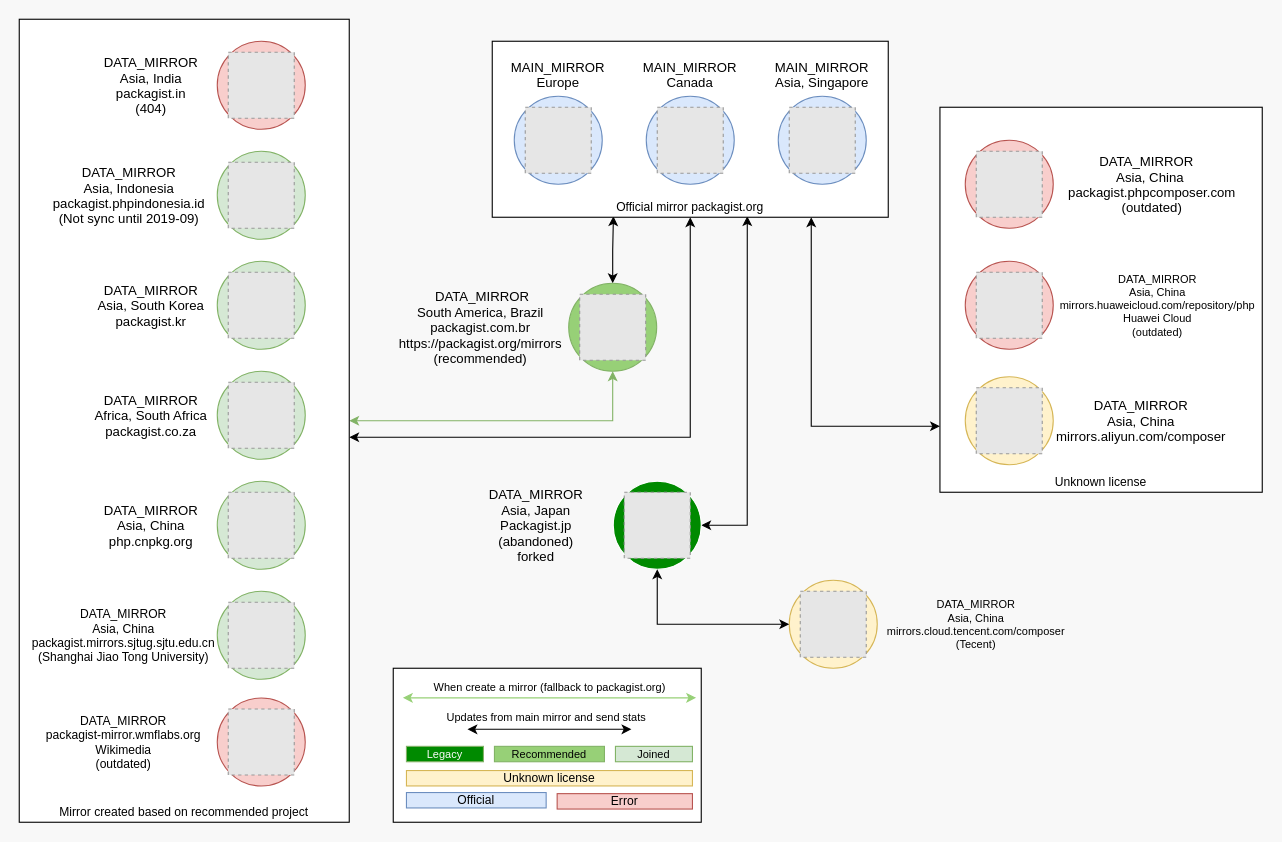
This is resources/public/network.drawio from webysther/packagist-mirror, a draw.io file, before an edit. Source tidied: cells renumbered, new cells numbered last; positions are measured from the earlier drawing's top-left corner, leaving out a move shared by most shapes. Both pictures are drawn from the tidied source at 110%, with x=0, y=0 at pixel (19, 19). Pictures stored in the file or linked from it are replaced by grey dashed boxes.
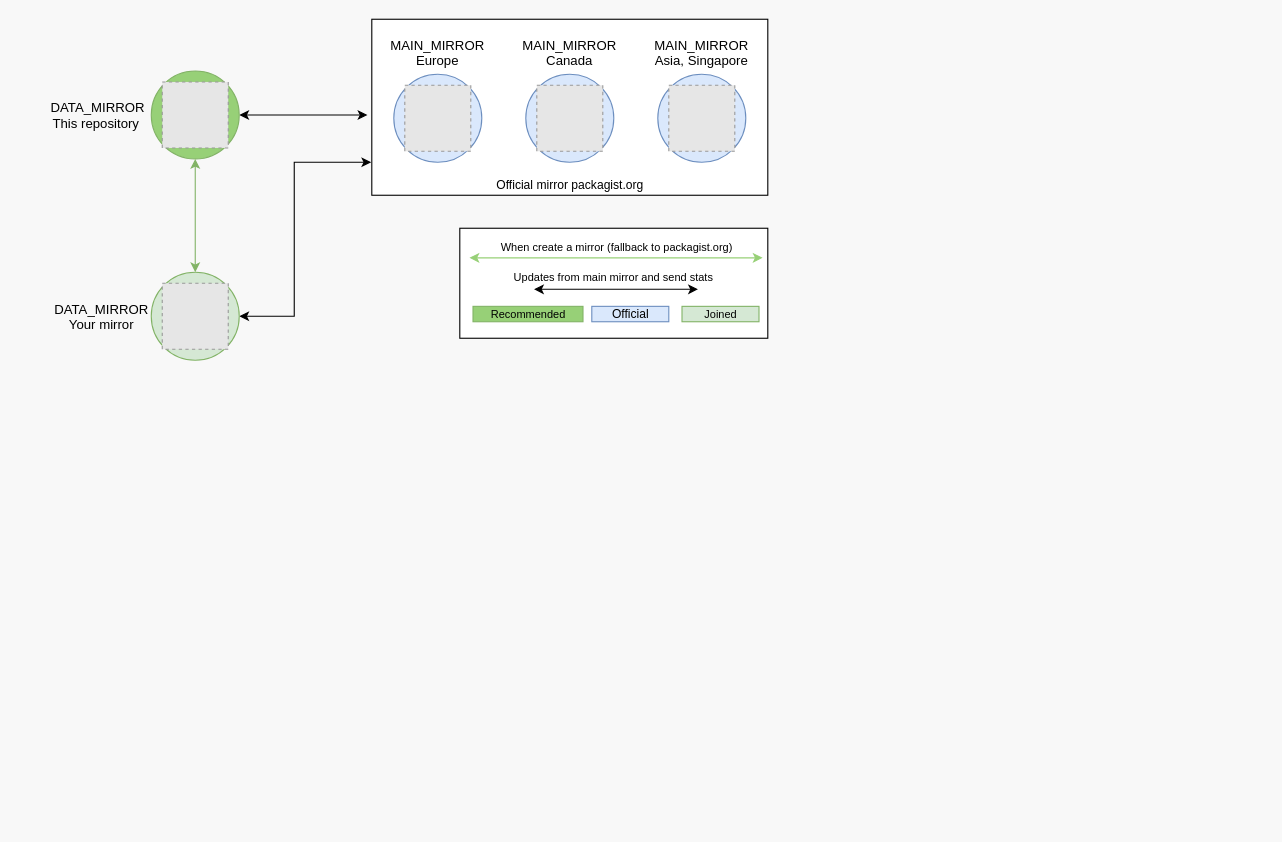
The same diagram, later.

Unchanged cells that the change refers to:
```xml
<mxCell id="46" value="Official mirror packagist.org" style="rounded=0;whiteSpace=wrap;html=1;fontSize=11;align=center;verticalAlign=bottom;" parent="45" vertex="1">
  <mxGeometry width="360" height="160" as="geometry" />
</mxCell>
```

The edit, as a diff of the source:
```diff
@@
-    <mxCell id="2" style="edgeStyle=orthogonalEdgeStyle;rounded=0;jettySize=auto;html=1;startArrow=classic;startFill=1;fontSize=11;" parent="1" edge="1" source="3" target="46">
-      <mxGeometry relative="1" as="geometry">
-        <Array as="points">
-          <mxPoint x="720" y="370" />
-        </Array>
-      </mxGeometry>
-    </mxCell>
-    <mxCell id="3" value="&lt;span style=&quot;text-align: left ; white-space: normal&quot;&gt;Unknown&amp;nbsp;license&lt;/span&gt;" style="rounded=0;whiteSpace=wrap;html=1;fontSize=11;align=center;verticalAlign=bottom;" parent="1" vertex="1">
-      <mxGeometry x="837" y="80" width="293" height="350" as="geometry" />
-    </mxCell>
-    <mxCell id="4" style="edgeStyle=orthogonalEdgeStyle;rounded=0;jettySize=auto;html=1;entryX=0.5;entryY=1;entryDx=0;entryDy=0;startArrow=classic;startFill=1;fontSize=11;fillColor=#d5e8d4;strokeColor=#82b366;" parent="1" edge="1" source="6" target="25">
+    <mxCell id="4" style="edgeStyle=orthogonalEdgeStyle;rounded=0;jettySize=auto;html=1;entryX=0.5;entryY=1;entryDx=0;entryDy=0;startArrow=classic;startFill=1;fontSize=11;fillColor=#d5e8d4;strokeColor=#82b366;exitX=0.5;exitY=0;exitDx=0;exitDy=0;" parent="1" edge="1" source="59" target="25">
       <mxGeometry relative="1" as="geometry" />
     </mxCell>
-    <mxCell id="5" style="edgeStyle=orthogonalEdgeStyle;rounded=0;jettySize=auto;html=1;entryX=0.5;entryY=1;entryDx=0;entryDy=0;startArrow=classic;startFill=1;fontSize=11;" parent="1" edge="1" source="6" target="46">
+    <mxCell id="5" style="edgeStyle=orthogonalEdgeStyle;rounded=0;jettySize=auto;html=1;startArrow=classic;startFill=1;fontSize=11;exitX=1;exitY=0.5;exitDx=0;exitDy=0;" parent="1" edge="1" source="59">
       <mxGeometry relative="1" as="geometry">
+        <mxPoint x="320" y="130" as="targetPoint" />
         <Array as="points">
-          <mxPoint x="610" y="380" />
+          <mxPoint x="250" y="270" />
+          <mxPoint x="250" y="130" />
         </Array>
       </mxGeometry>
     </mxCell>
-    <mxCell id="6" value="Mirror created based on recommended project" style="rounded=0;whiteSpace=wrap;html=1;fontSize=11;align=center;verticalAlign=bottom;" parent="1" vertex="1">
-      <mxGeometry width="300" height="730" as="geometry" />
-    </mxCell>
     <mxCell id="7" style="rounded=0;whiteSpace=wrap;html=1;" parent="1" vertex="1">
-      <mxGeometry x="340" y="590" width="280" height="140" as="geometry" />
+      <mxGeometry x="400.5" y="190" width="280" height="100" as="geometry" />
     </mxCell>
-    <mxCell id="8" style="group;" parent="1" vertex="1">
-      <mxGeometry x="180" y="220" width="80" height="80" as="geometry" />
-    </mxCell>
-    <mxCell id="9" style="group;labelPosition=right;verticalLabelPosition=top;align=left;verticalAlign=bottom;textDirection=ltr;" parent="8" vertex="1">
-      <mxGeometry width="80" height="80" as="geometry" />
-    </mxCell>
-    <mxCell id="10" style="ellipse;whiteSpace=wrap;html=1;fillColor=#d5e8d4;strokeColor=#82b366;" parent="9" vertex="1">
-      <mxGeometry width="80" height="80" as="geometry" />
-    </mxCell>
-    <mxCell id="11" value="DATA_MIRROR&#10;Asia, South Korea&#10;packagist.kr" style="fillColor=#E6E6E6;strokeColor=#999999;dashed=1;verticalLabelPosition=middle;labelBackgroundColor=none;verticalAlign=middle;labelPosition=left;align=center;spacingRight=80;" parent="9" vertex="1">
-      <mxGeometry x="10" y="10" width="60" height="60" as="geometry" />
-    </mxCell>
-    <mxCell id="12" value="&lt;span style=&quot;text-align: left&quot;&gt;Unknown&amp;nbsp;license&lt;/span&gt;" style="text;html=1;align=center;verticalAlign=middle;whiteSpace=wrap;rounded=0;labelBackgroundColor=none;fontSize=11;fillColor=#fff2cc;strokeColor=#d6b656;" parent="1" vertex="1">
-      <mxGeometry x="352" y="683" width="260" height="14" as="geometry" />
-    </mxCell>
     <mxCell id="13" value="&lt;div style=&quot;text-align: left&quot;&gt;Recommended&lt;/div&gt;" style="text;html=1;strokeColor=#82b366;fillColor=#97D077;align=center;verticalAlign=middle;whiteSpace=wrap;rounded=0;labelBackgroundColor=none;fontSize=10;" parent="1" vertex="1">
-      <mxGeometry x="432" y="661" width="100" height="14" as="geometry" />
+      <mxGeometry x="412.5" y="261" width="100" height="14" as="geometry" />
     </mxCell>
     <mxCell id="14" value="&lt;div style=&quot;text-align: left; font-size: 11px;&quot;&gt;&lt;span style=&quot;font-size: 11px;&quot;&gt;Official&lt;/span&gt;&lt;/div&gt;" style="text;html=1;strokeColor=#6c8ebf;fillColor=#dae8fc;align=center;verticalAlign=middle;whiteSpace=wrap;rounded=0;labelBackgroundColor=none;fontSize=11;" parent="1" vertex="1">
-      <mxGeometry x="352" y="703" width="127" height="14" as="geometry" />
+      <mxGeometry x="520.5" y="261" width="70" height="14" as="geometry" />
     </mxCell>
     <mxCell id="15" style="edgeStyle=orthogonalEdgeStyle;rounded=0;orthogonalLoop=1;jettySize=auto;html=1;startArrow=classic;startFill=1;fontSize=8;" parent="1" edge="1">
       <mxGeometry relative="1" as="geometry">
-        <mxPoint x="556.5" y="645.5" as="sourcePoint" />
-        <mxPoint x="407.5" y="645.5" as="targetPoint" />
+        <mxPoint x="617" y="245.5" as="sourcePoint" />
+        <mxPoint x="468" y="245.5" as="targetPoint" />
       </mxGeometry>
     </mxCell>
@@
     <mxCell id="17" style="group;" parent="1" vertex="1">
-      <mxGeometry x="348.8" y="601.9" width="266.5" as="geometry" />
+      <mxGeometry x="409.3" y="201.9" width="266.5" as="geometry" />
     </mxCell>
@@
-    <mxCell id="20" value="&lt;div style=&quot;text-align: left ; font-size: 11px&quot;&gt;&lt;span style=&quot;font-size: 11px&quot;&gt;Error&lt;/span&gt;&lt;/div&gt;" style="text;html=1;strokeColor=#b85450;fillColor=#f8cecc;align=center;verticalAlign=middle;whiteSpace=wrap;rounded=0;labelBackgroundColor=none;fontSize=11;" parent="1" vertex="1">
-      <mxGeometry x="489" y="704" width="123" height="14" as="geometry" />
-    </mxCell>
-    <mxCell id="21" style="edgeStyle=orthogonalEdgeStyle;rounded=0;jettySize=auto;html=1;startArrow=classic;startFill=1;fontSize=11;entryX=0.644;entryY=0.994;entryDx=0;entryDy=0;entryPerimeter=0;exitX=1;exitY=0.5;exitDx=0;exitDy=0;" parent="1" edge="1" source="22" target="46">
-      <mxGeometry relative="1" as="geometry" />
-    </mxCell>
-    <mxCell id="22" style="ellipse;whiteSpace=wrap;html=1;fillColor=#008a00;strokeColor=#FFFFFF;fontColor=#ffffff;labelBorderColor=#FFFFFF;strokeWidth=1;gradientColor=none;" parent="1" vertex="1">
-      <mxGeometry x="540" y="420" width="80" height="80" as="geometry" />
-    </mxCell>
-    <mxCell id="23" value="DATA_MIRROR&#10;Asia, Japan&#10;Packagist.jp&#10;(abandoned)&#10;forked" style="fillColor=#E6E6E6;strokeColor=#999999;dashed=1;verticalLabelPosition=middle;labelBackgroundColor=none;verticalAlign=middle;labelPosition=left;align=center;spacingRight=100;" parent="1" vertex="1">
-      <mxGeometry x="550" y="430" width="60" height="60" as="geometry" />
-    </mxCell>
-    <mxCell id="24" style="edgeStyle=orthogonalEdgeStyle;rounded=0;jettySize=auto;html=1;entryX=0.306;entryY=0.994;entryDx=0;entryDy=0;entryPerimeter=0;fontSize=11;startArrow=classic;startFill=1;" parent="1" edge="1" source="25" target="46">
+    <mxCell id="24" style="edgeStyle=orthogonalEdgeStyle;rounded=0;jettySize=auto;html=1;entryX=-0.011;entryY=0.544;entryDx=0;entryDy=0;entryPerimeter=0;fontSize=11;startArrow=classic;startFill=1;" parent="1" edge="1" source="25" target="46">
       <mxGeometry relative="1" as="geometry" />
     </mxCell>
     <mxCell id="25" style="ellipse;whiteSpace=wrap;html=1;fillColor=#97D077;strokeColor=#82b366;" parent="1" vertex="1">
-      <mxGeometry x="499.5" y="240" width="80" height="80" as="geometry" />
+      <mxGeometry x="120" y="47" width="80" height="80" as="geometry" />
     </mxCell>
-    <mxCell id="26" value=" DATA_MIRROR&#10;South America, Brazil&#10;packagist.com.br&#10;https://packagist.org/mirrors&#10;(recommended)" style="fillColor=#E6E6E6;strokeColor=#999999;dashed=1;verticalLabelPosition=middle;labelBackgroundColor=none;verticalAlign=middle;labelPosition=left;align=center;spacingRight=120;" parent="1" vertex="1">
-      <mxGeometry x="509.5" y="250" width="60" height="60" as="geometry" />
+    <mxCell id="26" value=" DATA_MIRROR&#10;This repository" style="fillColor=#E6E6E6;strokeColor=#999999;dashed=1;verticalLabelPosition=middle;labelBackgroundColor=none;verticalAlign=middle;labelPosition=left;align=center;spacingRight=60;" parent="1" vertex="1">
+      <mxGeometry x="130" y="57" width="60" height="60" as="geometry" />
     </mxCell>
-    <mxCell id="27" style="ellipse;whiteSpace=wrap;html=1;fillColor=#fff2cc;strokeColor=#d6b656;" parent="1" vertex="1">
-      <mxGeometry x="860" y="325" width="80" height="80" as="geometry" />
-    </mxCell>
-    <mxCell id="28" value="DATA_MIRROR&#10;Asia, China&#10;mirrors.aliyun.com/composer" style="fillColor=#E6E6E6;strokeColor=#999999;dashed=1;verticalLabelPosition=middle;labelBackgroundColor=none;verticalAlign=middle;labelPosition=right;align=center;spacingRight=-120;" parent="1" vertex="1">
-      <mxGeometry x="870" y="335" width="60" height="60" as="geometry" />
-    </mxCell>
-    <mxCell id="29" style="ellipse;whiteSpace=wrap;html=1;fillColor=#f8cecc;strokeColor=#b85450;" parent="1" vertex="1">
-      <mxGeometry x="180" y="20" width="80" height="80" as="geometry" />
-    </mxCell>
-    <mxCell id="30" value="DATA_MIRROR&#10;Asia, India&#10;packagist.in&#10;(404)" style="fillColor=#E6E6E6;strokeColor=#999999;dashed=1;verticalLabelPosition=middle;labelBackgroundColor=none;verticalAlign=middle;labelPosition=left;align=center;spacingRight=80;" parent="1" vertex="1">
-      <mxGeometry x="190" y="30" width="60" height="60" as="geometry" />
-    </mxCell>
-    <mxCell id="31" value="&lt;div style=&quot;text-align: left&quot;&gt;Legacy&lt;/div&gt;" style="text;html=1;strokeColor=#82b366;fillColor=#008A00;align=center;verticalAlign=middle;whiteSpace=wrap;rounded=0;labelBackgroundColor=none;fontSize=10;fontColor=#FCFCFC;" parent="1" vertex="1">
-      <mxGeometry x="352" y="661" width="70" height="14" as="geometry" />
-    </mxCell>
     <mxCell id="32" value="&lt;div style=&quot;text-align: left&quot;&gt;Joined&lt;/div&gt;" style="text;html=1;strokeColor=#82b366;fillColor=#D5E8D4;align=center;verticalAlign=middle;whiteSpace=wrap;rounded=0;labelBackgroundColor=none;fontSize=10;" parent="1" vertex="1">
-      <mxGeometry x="542" y="661" width="70" height="14" as="geometry" />
+      <mxGeometry x="602.5" y="261" width="70" height="14" as="geometry" />
     </mxCell>
-    <mxCell id="33" style="group;" parent="1" vertex="1">
-      <mxGeometry x="180" y="320" width="80" height="80" as="geometry" />
-    </mxCell>
-    <mxCell id="34" style="group;labelPosition=right;verticalLabelPosition=top;align=left;verticalAlign=bottom;textDirection=ltr;" parent="33" vertex="1">
-      <mxGeometry width="80" height="80" as="geometry" />
-    </mxCell>
-    <mxCell id="35" style="ellipse;whiteSpace=wrap;html=1;fillColor=#d5e8d4;strokeColor=#82b366;" parent="34" vertex="1">
-      <mxGeometry width="80" height="80" as="geometry" />
-    </mxCell>
-    <mxCell id="36" value="DATA_MIRROR&#10;Africa, South Africa&#10;packagist.co.za" style="fillColor=#E6E6E6;strokeColor=#999999;dashed=1;verticalLabelPosition=middle;labelBackgroundColor=none;verticalAlign=middle;labelPosition=left;align=center;spacingRight=80;" parent="34" vertex="1">
-      <mxGeometry x="10" y="10" width="60" height="60" as="geometry" />
-    </mxCell>
-    <mxCell id="37" style="group;" parent="1" vertex="1">
-      <mxGeometry x="180" y="420" width="80" height="80" as="geometry" />
-    </mxCell>
-    <mxCell id="38" style="group;labelPosition=right;verticalLabelPosition=top;align=left;verticalAlign=bottom;textDirection=ltr;" parent="37" vertex="1">
-      <mxGeometry width="80" height="80" as="geometry" />
-    </mxCell>
-    <mxCell id="39" style="ellipse;whiteSpace=wrap;html=1;fillColor=#d5e8d4;strokeColor=#82b366;" parent="38" vertex="1">
-      <mxGeometry width="80" height="80" as="geometry" />
-    </mxCell>
-    <mxCell id="40" value="DATA_MIRROR&#10;Asia, China&#10;php.cnpkg.org" style="fillColor=#E6E6E6;strokeColor=#999999;dashed=1;verticalLabelPosition=middle;labelBackgroundColor=none;verticalAlign=middle;labelPosition=left;align=center;spacingRight=80;" parent="38" vertex="1">
-      <mxGeometry x="10" y="10" width="60" height="60" as="geometry" />
-    </mxCell>
-    <mxCell id="41" style="group;" parent="1" vertex="1">
-      <mxGeometry x="180" y="520" width="80" height="80" as="geometry" />
-    </mxCell>
-    <mxCell id="42" style="group;labelPosition=right;verticalLabelPosition=top;align=left;verticalAlign=bottom;textDirection=ltr;" parent="41" vertex="1">
-      <mxGeometry width="80" height="80" as="geometry" />
-    </mxCell>
-    <mxCell id="43" style="ellipse;whiteSpace=wrap;html=1;fillColor=#d5e8d4;strokeColor=#82b366;" parent="42" vertex="1">
-      <mxGeometry width="80" height="80" as="geometry" />
-    </mxCell>
-    <mxCell id="44" value="DATA_MIRROR&#10;Asia, China&#10;packagist.mirrors.sjtug.sjtu.edu.cn&#10;(Shanghai Jiao Tong University)" style="fillColor=#E6E6E6;strokeColor=#999999;dashed=1;verticalLabelPosition=middle;labelBackgroundColor=none;verticalAlign=middle;labelPosition=left;align=center;fontSize=11;spacingRight=130;" parent="42" vertex="1">
-      <mxGeometry x="10" y="10" width="60" height="60" as="geometry" />
-    </mxCell>
     <mxCell id="45" style="group;" parent="1" vertex="1">
-      <mxGeometry x="430" y="20" width="360" height="160" as="geometry" />
+      <mxGeometry x="320.5" width="360" height="160" as="geometry" />
     </mxCell>
@@
     <mxCell id="59" style="ellipse;whiteSpace=wrap;html=1;fillColor=#d5e8d4;strokeColor=#82b366;" parent="1" vertex="1">
-      <mxGeometry x="180" y="120" width="80" height="80" as="geometry" />
+      <mxGeometry x="120" y="230" width="80" height="80" as="geometry" />
     </mxCell>
-    <mxCell id="60" value="DATA_MIRROR&#10;Asia, Indonesia&#10;packagist.phpindonesia.id&#10;(Not sync until 2019-09)" style="fillColor=#E6E6E6;strokeColor=#999999;dashed=1;verticalLabelPosition=middle;labelBackgroundColor=none;verticalAlign=middle;labelPosition=left;align=center;spacingRight=120;" parent="1" vertex="1">
-      <mxGeometry x="190" y="130" width="60" height="60" as="geometry" />
+    <mxCell id="60" value="DATA_MIRROR&#10;Your mirror" style="fillColor=#E6E6E6;strokeColor=#999999;dashed=1;verticalLabelPosition=middle;labelBackgroundColor=none;verticalAlign=middle;labelPosition=left;align=center;spacingRight=50;" parent="1" vertex="1">
+      <mxGeometry x="130" y="240" width="60" height="60" as="geometry" />
     </mxCell>
-    <mxCell id="61" style="ellipse;whiteSpace=wrap;html=1;fillColor=#f8cecc;strokeColor=#b85450;" parent="1" vertex="1">
-      <mxGeometry x="860" y="110" width="80" height="80" as="geometry" />
-    </mxCell>
-    <mxCell id="62" value="DATA_MIRROR   &#10;Asia, China &#10;packagist.phpcomposer.com&#10;(outdated)" style="fillColor=#E6E6E6;strokeColor=#999999;dashed=1;verticalLabelPosition=middle;labelBackgroundColor=none;verticalAlign=middle;labelPosition=right;align=center;spacing=7;spacingRight=-140;" parent="1" vertex="1">
-      <mxGeometry x="870" y="120" width="60" height="60" as="geometry" />
-    </mxCell>
-    <mxCell id="63" style="group;" parent="1" vertex="1">
-      <mxGeometry x="700" y="510" width="80" height="80" as="geometry" />
-    </mxCell>
-    <mxCell id="64" style="group;" parent="63" vertex="1">
-      <mxGeometry width="80" height="80" as="geometry" />
-    </mxCell>
-    <mxCell id="65" style="ellipse;whiteSpace=wrap;html=1;fillColor=#fff2cc;strokeColor=#d6b656;" parent="64" vertex="1">
-      <mxGeometry width="80" height="80" as="geometry" />
-    </mxCell>
-    <mxCell id="66" value="DATA_MIRROR&#10;Asia, China&#10;mirrors.cloud.tencent.com/composer&#10;(Tecent)" style="fillColor=#E6E6E6;strokeColor=#999999;dashed=1;verticalLabelPosition=middle;labelBackgroundColor=none;verticalAlign=middle;labelPosition=right;align=center;spacingRight=-140;fontSize=10;" parent="64" vertex="1">
-      <mxGeometry x="10" y="10" width="60" height="60" as="geometry" />
-    </mxCell>
-    <mxCell id="67" style="edgeStyle=orthogonalEdgeStyle;rounded=0;jettySize=auto;html=1;entryX=0.5;entryY=1;entryDx=0;entryDy=0;startArrow=classic;startFill=1;" parent="1" edge="1" source="65" target="22">
-      <mxGeometry relative="1" as="geometry" />
-    </mxCell>
-    <mxCell id="68" style="ellipse;whiteSpace=wrap;html=1;fillColor=#f8cecc;strokeColor=#b85450;" parent="1" vertex="1">
-      <mxGeometry x="860" y="220" width="80" height="80" as="geometry" />
-    </mxCell>
-    <mxCell id="69" value="DATA_MIRROR&#10;Asia, China&#10;mirrors.huaweicloud.com/repository/php&#10;Huawei Cloud&#10;(outdated)" style="fillColor=#E6E6E6;strokeColor=#999999;dashed=1;verticalLabelPosition=middle;labelBackgroundColor=none;verticalAlign=middle;labelPosition=right;align=center;spacing=7;spacingRight=-150;fontSize=10;" parent="1" vertex="1">
-      <mxGeometry x="870" y="230" width="60" height="60" as="geometry" />
-    </mxCell>
-    <mxCell id="70" style="ellipse;whiteSpace=wrap;html=1;fillColor=#f8cecc;strokeColor=#b85450;" parent="1" vertex="1">
-      <mxGeometry x="180" y="617" width="80" height="80" as="geometry" />
-    </mxCell>
-    <mxCell id="71" value="DATA_MIRROR&#10;packagist-mirror.wmflabs.org&#10;Wikimedia&#10;(outdated)" style="fillColor=#E6E6E6;strokeColor=#999999;dashed=1;verticalLabelPosition=middle;labelBackgroundColor=none;verticalAlign=middle;labelPosition=left;align=center;fontSize=11;spacingRight=130;" parent="1" vertex="1">
-      <mxGeometry x="190" y="627" width="60" height="60" as="geometry" />
-    </mxCell>
```
